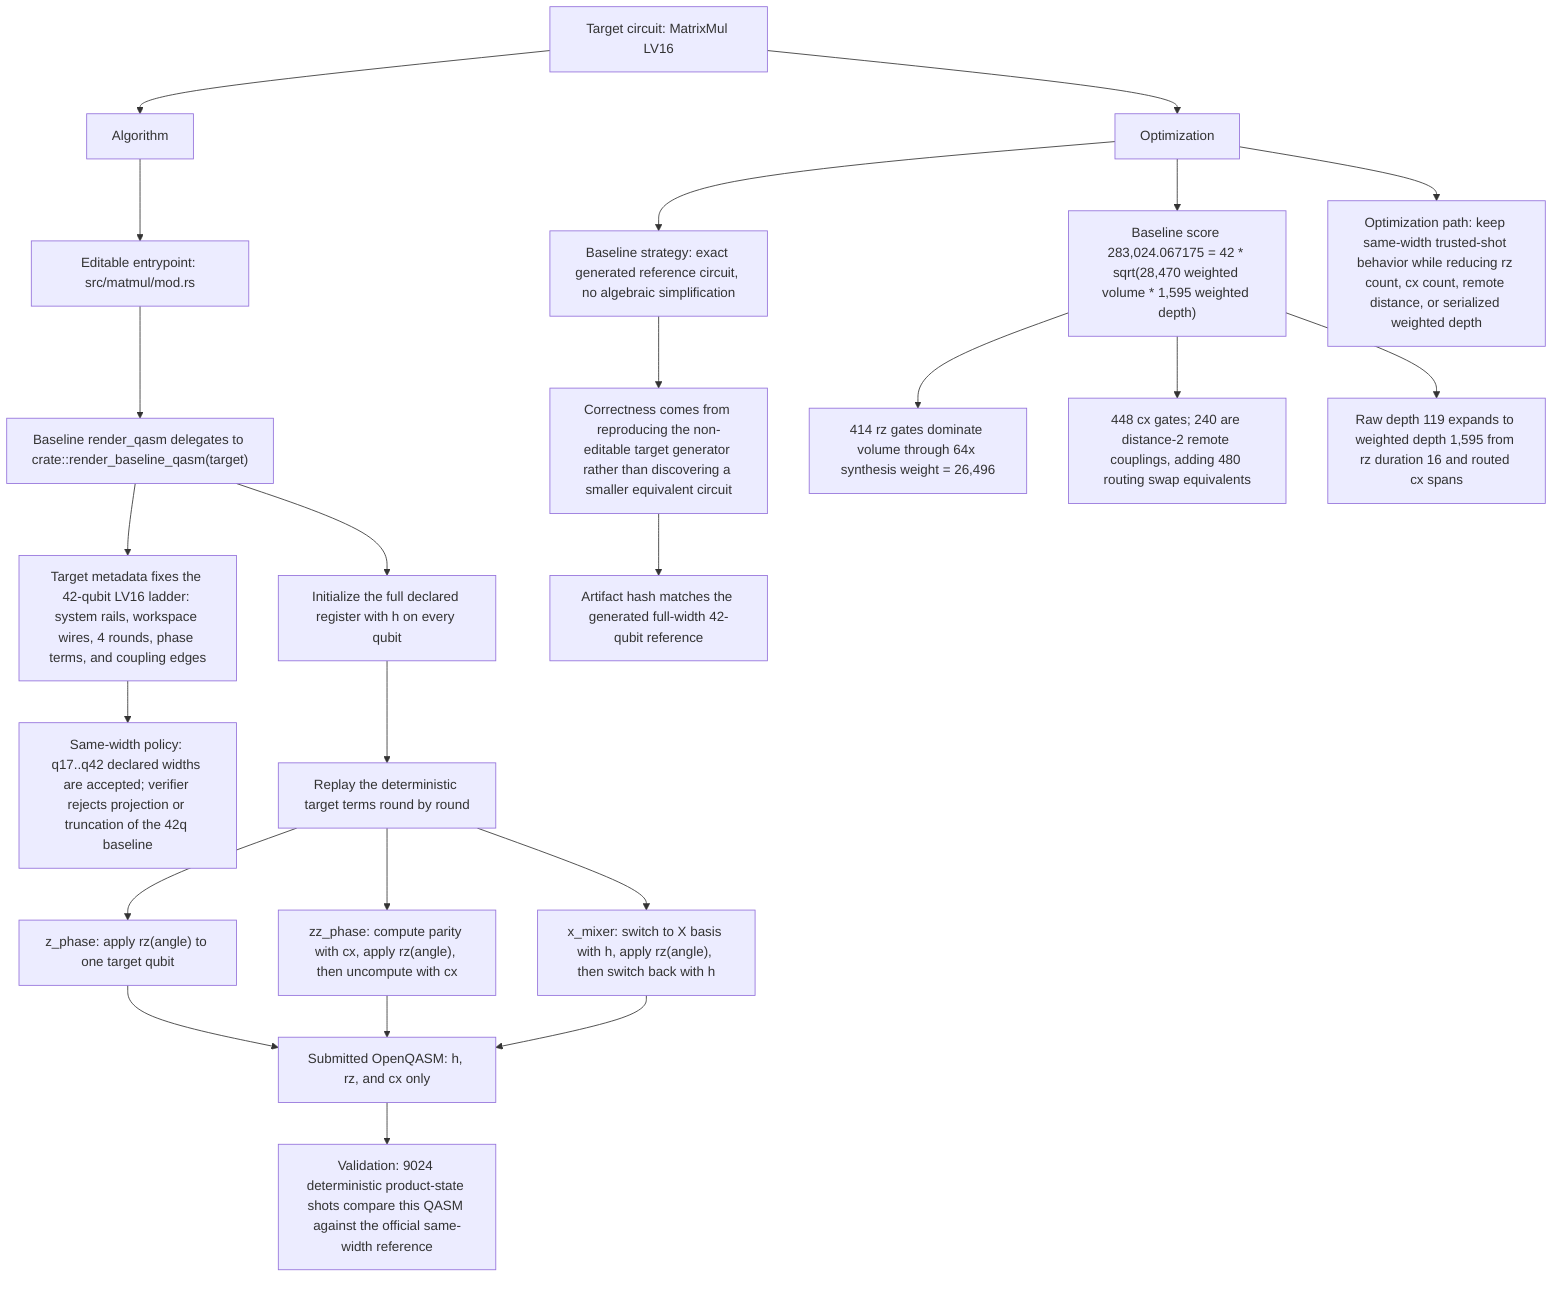
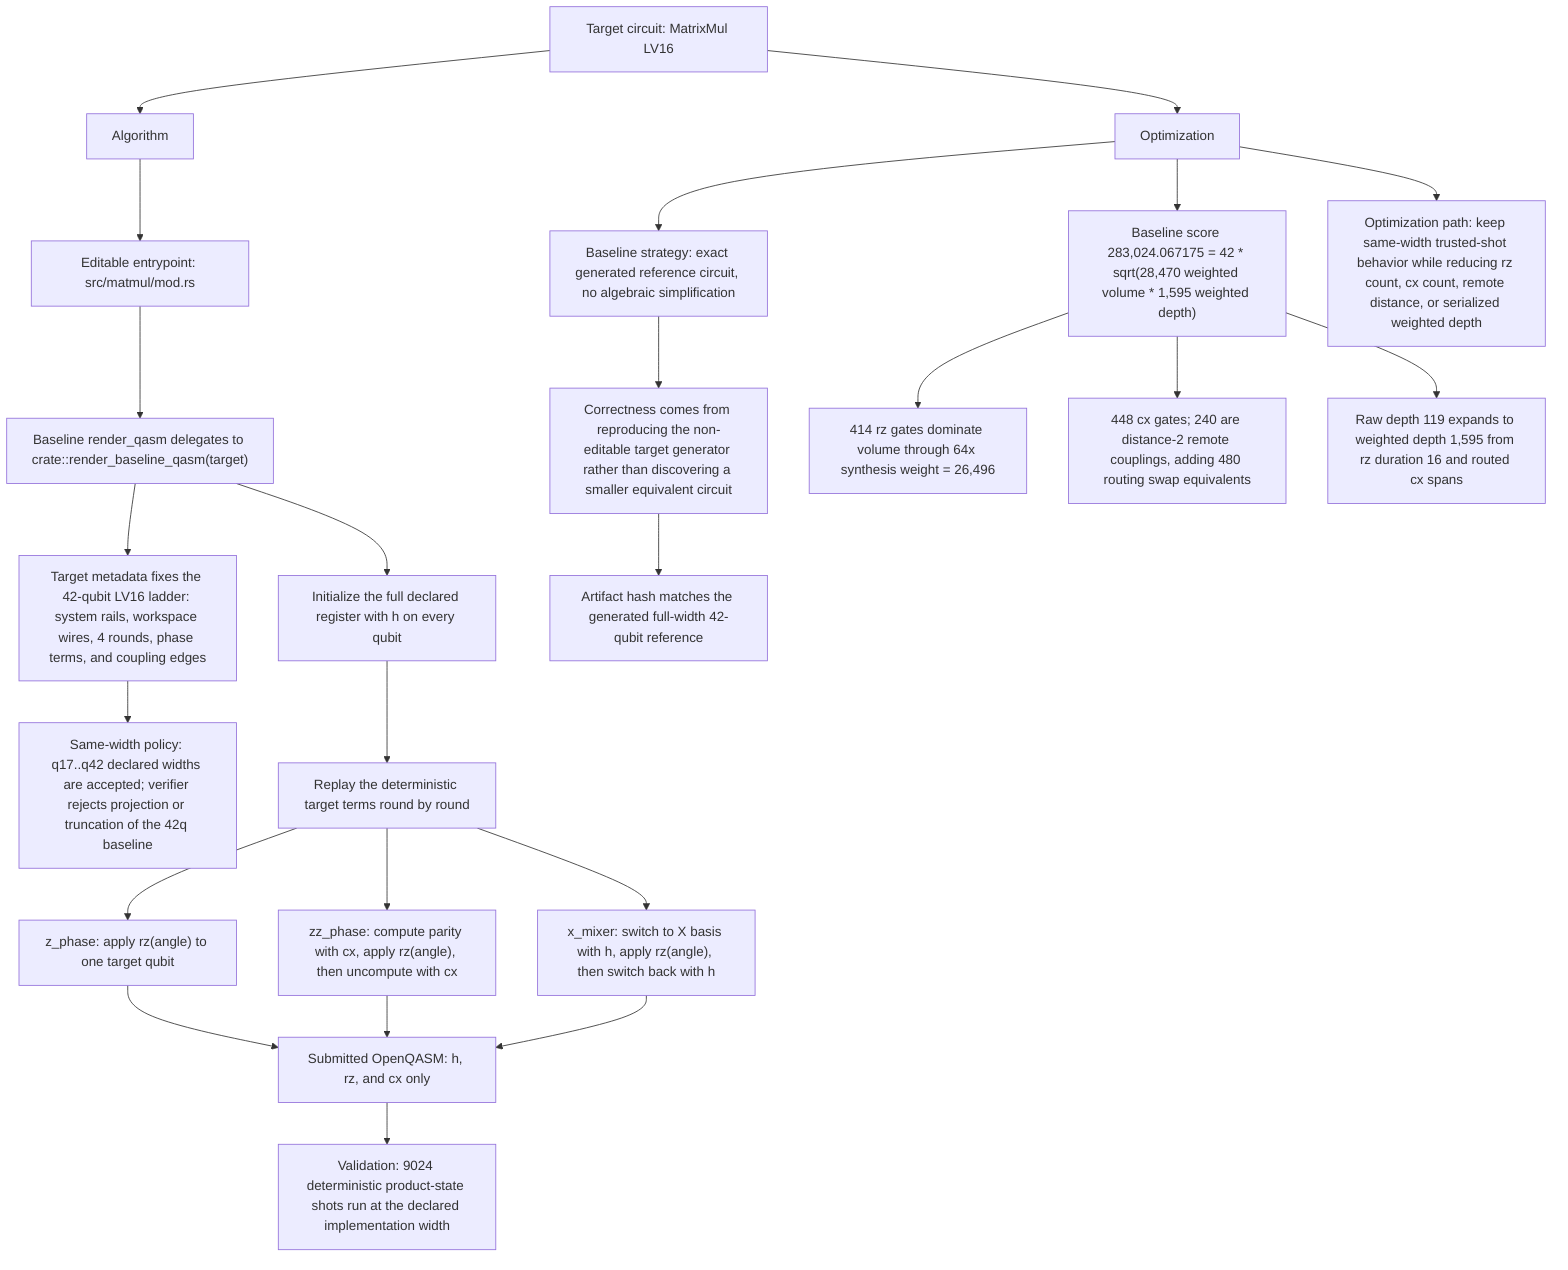
flowchart TD
  target["Target circuit: MatrixMul LV16"]
  algorithm["Algorithm"]
  optimization["Optimization"]

  target --> algorithm
  target --> optimization

  algorithm --> Editable["Editable entrypoint: src/matmul/mod.rs"]
  Editable --> Delegate["Baseline render_qasm delegates to crate::render_baseline_qasm(target)"]
  Delegate --> Metadata["Target metadata fixes the 42-qubit LV16 ladder: system rails, workspace wires, 4 rounds, phase terms, and coupling edges"]
  Metadata --> Policy["Same-width policy: q17..q42 declared widths are accepted; verifier rejects projection or truncation of the 42q baseline"]
  Delegate --> Prep["Initialize the full declared register with h on every qubit"]
  Prep --> Rounds["Replay the deterministic target terms round by round"]
  Rounds --> ZPhase["z_phase: apply rz(angle) to one target qubit"]
  Rounds --> ZZPhase["zz_phase: compute parity with cx, apply rz(angle), then uncompute with cx"]
  Rounds --> XMixer["x_mixer: switch to X basis with h, apply rz(angle), then switch back with h"]
  ZPhase --> QASM["Submitted OpenQASM: h, rz, and cx only"]
  ZZPhase --> QASM
  XMixer --> QASM
-   QASM --> Validation["Validation: 9024 deterministic product-state shots compare this QASM against the official same-width reference"]
+   QASM --> Validation["Validation: 9024 deterministic product-state shots run at the declared implementation width"]

  optimization --> Baseline["Baseline strategy: exact generated reference circuit, no algebraic simplification"]
  Baseline --> Correctness["Correctness comes from reproducing the non-editable target generator rather than discovering a smaller equivalent circuit"]
  Correctness --> Hash["Artifact hash matches the generated full-width 42-qubit reference"]
  optimization --> Score["Baseline score 283,024.067175 = 42 * sqrt(28,470 weighted volume * 1,595 weighted depth)"]
  Score --> Rotations["414 rz gates dominate volume through 64x synthesis weight = 26,496"]
  Score --> Entangling["448 cx gates; 240 are distance-2 remote couplings, adding 480 routing swap equivalents"]
  Score --> Depth["Raw depth 119 expands to weighted depth 1,595 from rz duration 16 and routed cx spans"]
  optimization --> Opportunity["Optimization path: keep same-width trusted-shot behavior while reducing rz count, cx count, remote distance, or serialized weighted depth"]
